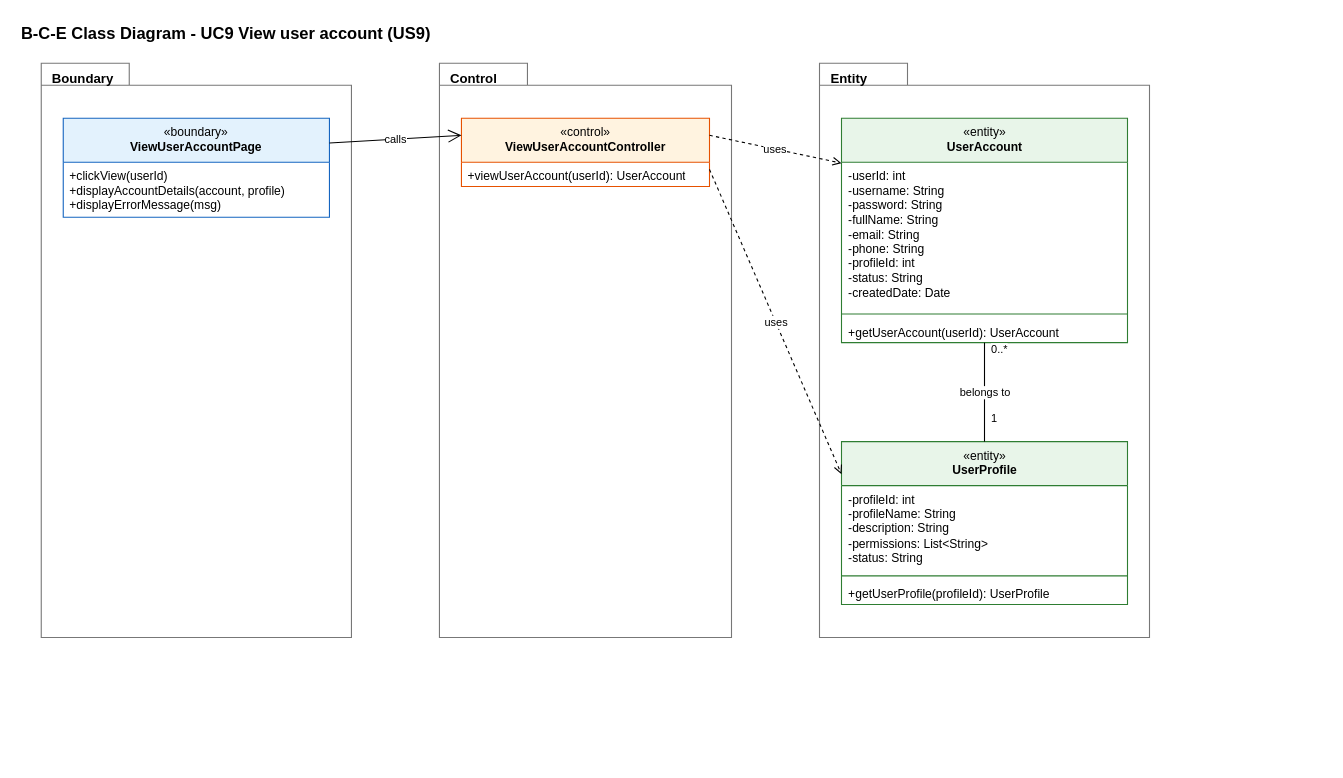
Hanzxc/CSIT314-ARCHSS keeps this draw.io diagram as page "5 BCE Class Diagram" (4 of 5) of Sprint_1/US9 - View User Account/US9 View user account.drawio. Above is the earlier version. Source tidied: cells renumbered, new cells numbered last; positions are measured from the earlier drawing's top-left corner, leaving out a move shared by most shapes. Both pictures are drawn from the tidied source at 110%, with x=0, y=0 at pixel (19, 19).
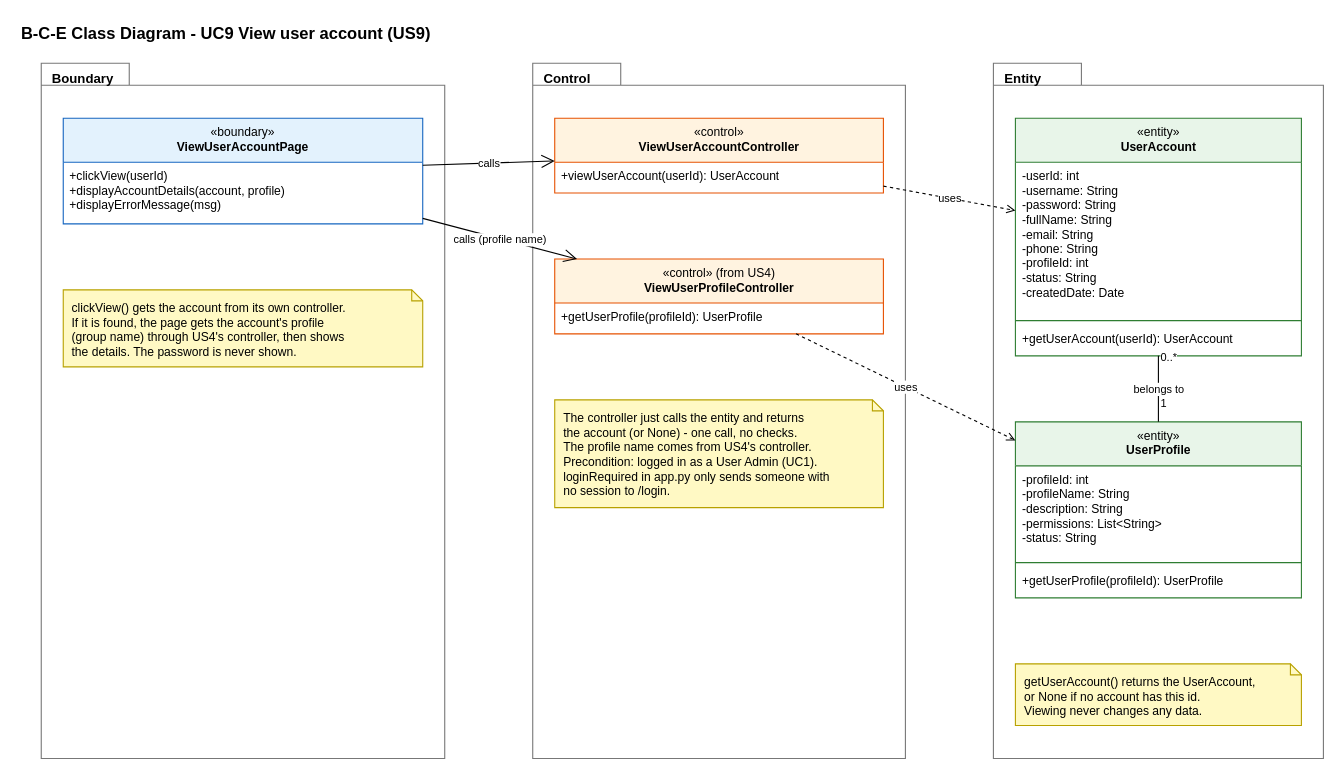
The same page after the edit.

What changed in the source:
```diff
@@
     <mxCell id="2" value="&lt;b&gt;B-C-E Class Diagram - UC9 View user account (US9)&lt;/b&gt;" style="text;html=1;strokeColor=none;fillColor=none;align=left;verticalAlign=middle;whiteSpace=nowrap;fontSize=15;fontColor=#000000;" parent="1" vertex="1">
-      <mxGeometry width="383.5" height="24" as="geometry" />
+      <mxGeometry width="375.5" height="24" as="geometry" />
     </mxCell>
     <mxCell id="3" value="&lt;b&gt;Boundary&lt;/b&gt;" style="shape=folder;tabWidth=80;tabHeight=20;tabPosition=left;html=1;verticalAlign=top;align=left;spacingLeft=8;spacingTop=0;fillColor=none;fontSize=12;strokeColor=#777777;fontColor=#000000;" parent="1" vertex="1">
-      <mxGeometry x="20" y="40" width="282" height="522" as="geometry" />
+      <mxGeometry x="20" y="40" width="366.8" height="632" as="geometry" />
     </mxCell>
     <mxCell id="4" value="&lt;b&gt;Control&lt;/b&gt;" style="shape=folder;tabWidth=80;tabHeight=20;tabPosition=left;html=1;verticalAlign=top;align=left;spacingLeft=8;spacingTop=0;fillColor=none;fontSize=12;strokeColor=#777777;fontColor=#000000;" parent="1" vertex="1">
-      <mxGeometry x="382" y="40" width="265.5" height="522" as="geometry" />
+      <mxGeometry x="466.8" y="40" width="338.8" height="632" as="geometry" />
     </mxCell>
     <mxCell id="5" value="&lt;b&gt;Entity&lt;/b&gt;" style="shape=folder;tabWidth=80;tabHeight=20;tabPosition=left;html=1;verticalAlign=top;align=left;spacingLeft=8;spacingTop=0;fillColor=none;fontSize=12;strokeColor=#777777;fontColor=#000000;" parent="1" vertex="1">
-      <mxGeometry x="727.5" y="40" width="300" height="522" as="geometry" />
+      <mxGeometry x="885.6" y="40" width="300" height="632" as="geometry" />
     </mxCell>
     <mxCell id="6" value="«boundary»&lt;br&gt;&lt;b&gt;ViewUserAccountPage&lt;/b&gt;" style="swimlane;fontStyle=0;align=center;verticalAlign=top;horizontal=1;startSize=40;html=1;whiteSpace=wrap;fontSize=11;fillColor=#E3F2FD;strokeColor=#1565C0;swimlaneFillColor=#FFFFFF;fontColor=#000000;" parent="1" vertex="1">
-      <mxGeometry x="40" y="90" width="242" height="90" as="geometry" />
+      <mxGeometry x="40" y="90" width="326.8" height="96" as="geometry" />
     </mxCell>
     <mxCell id="7" value="+clickView(userId)&lt;br&gt;+displayAccountDetails(account, profile)&lt;br&gt;+displayErrorMessage(msg)" style="text;strokeColor=none;fillColor=none;align=left;verticalAlign=top;spacingLeft=4;spacingRight=4;overflow=hidden;whiteSpace=nowrap;html=1;fontSize=11;fontColor=#000000;" parent="6" vertex="1">
-      <mxGeometry y="40" width="242" height="50" as="geometry" />
+      <mxGeometry y="40" width="326.8" height="56" as="geometry" />
     </mxCell>
+    <mxCell id="24" value="clickView() gets the account from its own controller.&lt;br&gt;If it is found, the page gets the account's profile&lt;br&gt;(group name) through US4's controller, then shows&lt;br&gt;the details. The password is never shown." style="shape=note;whiteSpace=wrap;html=1;size=10;fillColor=#FFF9C4;strokeColor=#B8A100;align=left;verticalAlign=top;spacingLeft=6;spacingRight=4;spacingTop=4;fontSize=11;fontColor=#000000;" parent="1" vertex="1">
+      <mxGeometry x="40" y="246" width="326.8" height="70" as="geometry" />
+    </mxCell>
     <mxCell id="8" value="«control»&lt;br&gt;&lt;b&gt;ViewUserAccountController&lt;/b&gt;" style="swimlane;fontStyle=0;align=center;verticalAlign=top;horizontal=1;startSize=40;html=1;whiteSpace=wrap;fontSize=11;fillColor=#FFF3E0;strokeColor=#E65100;swimlaneFillColor=#FFFFFF;fontColor=#000000;" parent="1" vertex="1">
-      <mxGeometry x="402" y="90" width="225.5" height="62" as="geometry" />
+      <mxGeometry x="486.8" y="90" width="298.8" height="68" as="geometry" />
     </mxCell>
     <mxCell id="9" value="+viewUserAccount(userId): UserAccount" style="text;strokeColor=none;fillColor=none;align=left;verticalAlign=top;spacingLeft=4;spacingRight=4;overflow=hidden;whiteSpace=nowrap;html=1;fontSize=11;fontColor=#000000;" parent="8" vertex="1">
-      <mxGeometry y="40" width="225.5" height="22" as="geometry" />
+      <mxGeometry y="40" width="298.8" height="28" as="geometry" />
     </mxCell>
+    <mxCell id="25" value="«control» (from US4)&lt;br&gt;&lt;b&gt;ViewUserProfileController&lt;/b&gt;" style="swimlane;fontStyle=0;align=center;verticalAlign=top;horizontal=1;startSize=40;html=1;whiteSpace=wrap;fontSize=11;fillColor=#FFF3E0;strokeColor=#E65100;swimlaneFillColor=#FFFFFF;fontColor=#000000;" parent="1" vertex="1">
+      <mxGeometry x="486.8" y="218" width="298.8" height="68" as="geometry" />
+    </mxCell>
+    <mxCell id="26" value="+getUserProfile(profileId): UserProfile" style="text;strokeColor=none;fillColor=none;align=left;verticalAlign=top;spacingLeft=4;spacingRight=4;overflow=hidden;whiteSpace=nowrap;html=1;fontSize=11;fontColor=#000000;" parent="25" vertex="1">
+      <mxGeometry y="40" width="298.8" height="28" as="geometry" />
+    </mxCell>
+    <mxCell id="27" value="The controller just calls the entity and returns&lt;br&gt;the account (or None) - one call, no checks.&lt;br&gt;The profile name comes from US4's controller.&lt;br&gt;Precondition: logged in as a User Admin (UC1).&lt;br&gt;loginRequired in app.py only sends someone with&lt;br&gt;no session to /login." style="shape=note;whiteSpace=wrap;html=1;size=10;fillColor=#FFF9C4;strokeColor=#B8A100;align=left;verticalAlign=top;spacingLeft=6;spacingRight=4;spacingTop=4;fontSize=11;fontColor=#000000;" parent="1" vertex="1">
+      <mxGeometry x="486.8" y="346" width="298.8" height="98" as="geometry" />
+    </mxCell>
     <mxCell id="10" value="«entity»&lt;br&gt;&lt;b&gt;UserAccount&lt;/b&gt;" style="swimlane;fontStyle=0;align=center;verticalAlign=top;horizontal=1;startSize=40;html=1;whiteSpace=wrap;fontSize=11;fillColor=#E8F5E9;strokeColor=#2E7D32;swimlaneFillColor=#FFFFFF;fontColor=#000000;" parent="1" vertex="1">
-      <mxGeometry x="747.5" y="90" width="260" height="204" as="geometry" />
+      <mxGeometry x="905.6" y="90" width="260" height="216" as="geometry" />
     </mxCell>
     <mxCell id="11" value="-userId: int&lt;br&gt;-username: String&lt;br&gt;-password: String&lt;br&gt;-fullName: String&lt;br&gt;-email: String&lt;br&gt;-phone: String&lt;br&gt;-profileId: int&lt;br&gt;-status: String&lt;br&gt;-createdDate: Date" style="text;strokeColor=none;fillColor=none;align=left;verticalAlign=top;spacingLeft=4;spacingRight=4;overflow=hidden;whiteSpace=nowrap;html=1;fontSize=11;fontColor=#000000;" parent="10" vertex="1">
-      <mxGeometry y="40" width="260" height="134" as="geometry" />
+      <mxGeometry y="40" width="260" height="140" as="geometry" />
     </mxCell>
-    <mxCell id="12" style="line;strokeWidth=1;fillColor=none;align=left;verticalAlign=middle;spacingTop=-1;spacingLeft=3;spacingRight=3;labelPosition=right;strokeColor=#2E7D32;fontColor=#000000;" parent="10" vertex="1">
-      <mxGeometry y="174" width="260" height="8" as="geometry" />
-    </mxCell>
+    <mxCell id="28" style="line;strokeWidth=1;fillColor=none;align=left;verticalAlign=middle;spacingTop=-1;spacingLeft=3;spacingRight=3;labelPosition=right;strokeColor=#2E7D32;fontColor=#000000;" parent="10" vertex="1">
+      <mxGeometry y="180" width="260" height="8" as="geometry" />
+    </mxCell>
     <mxCell id="13" value="+getUserAccount(userId): UserAccount" style="text;strokeColor=none;fillColor=none;align=left;verticalAlign=top;spacingLeft=4;spacingRight=4;overflow=hidden;whiteSpace=nowrap;html=1;fontSize=11;fontColor=#000000;" parent="10" vertex="1">
-      <mxGeometry y="182" width="260" height="22" as="geometry" />
+      <mxGeometry y="188" width="260" height="28" as="geometry" />
     </mxCell>
     <mxCell id="14" value="«entity»&lt;br&gt;&lt;b&gt;UserProfile&lt;/b&gt;" style="swimlane;fontStyle=0;align=center;verticalAlign=top;horizontal=1;startSize=40;html=1;whiteSpace=wrap;fontSize=11;fillColor=#E8F5E9;strokeColor=#2E7D32;swimlaneFillColor=#FFFFFF;fontColor=#000000;" parent="1" vertex="1">
-      <mxGeometry x="747.5" y="384" width="260" height="148" as="geometry" />
+      <mxGeometry x="905.6" y="366" width="260" height="160" as="geometry" />
     </mxCell>
     <mxCell id="15" value="-profileId: int&lt;br&gt;-profileName: String&lt;br&gt;-description: String&lt;br&gt;-permissions: List&amp;lt;String&amp;gt;&lt;br&gt;-status: String" style="text;strokeColor=none;fillColor=none;align=left;verticalAlign=top;spacingLeft=4;spacingRight=4;overflow=hidden;whiteSpace=nowrap;html=1;fontSize=11;fontColor=#000000;" parent="14" vertex="1">
-      <mxGeometry y="40" width="260" height="78" as="geometry" />
+      <mxGeometry y="40" width="260" height="84" as="geometry" />
     </mxCell>
-    <mxCell id="16" style="line;strokeWidth=1;fillColor=none;align=left;verticalAlign=middle;spacingTop=-1;spacingLeft=3;spacingRight=3;labelPosition=right;strokeColor=#2E7D32;fontColor=#000000;" parent="14" vertex="1">
-      <mxGeometry y="118" width="260" height="8" as="geometry" />
-    </mxCell>
-    <mxCell id="17" value="+getUserProfile(profileId): UserProfile" style="text;strokeColor=none;fillColor=none;align=left;verticalAlign=top;spacingLeft=4;spacingRight=4;overflow=hidden;whiteSpace=nowrap;html=1;fontSize=11;fontColor=#000000;" parent="14" vertex="1">
-      <mxGeometry y="126" width="260" height="22" as="geometry" />
-    </mxCell>
+    <mxCell id="29" style="line;strokeWidth=1;fillColor=none;align=left;verticalAlign=middle;spacingTop=-1;spacingLeft=3;spacingRight=3;labelPosition=right;strokeColor=#2E7D32;fontColor=#000000;" parent="14" vertex="1">
+      <mxGeometry y="124" width="260" height="8" as="geometry" />
+    </mxCell>
+    <mxCell id="30" value="+getUserProfile(profileId): UserProfile" style="text;strokeColor=none;fillColor=none;align=left;verticalAlign=top;spacingLeft=4;spacingRight=4;overflow=hidden;whiteSpace=nowrap;html=1;fontSize=11;fontColor=#000000;" parent="14" vertex="1">
+      <mxGeometry y="132" width="260" height="28" as="geometry" />
+    </mxCell>
+    <mxCell id="31" value="getUserAccount() returns the UserAccount,&lt;br&gt;or None if no account has this id.&lt;br&gt;Viewing never changes any data." style="shape=note;whiteSpace=wrap;html=1;size=10;fillColor=#FFF9C4;strokeColor=#B8A100;align=left;verticalAlign=top;spacingLeft=6;spacingRight=4;spacingTop=4;fontSize=11;fontColor=#000000;" parent="1" vertex="1">
+      <mxGeometry x="905.6" y="586" width="260" height="56" as="geometry" />
+    </mxCell>
-    <mxCell id="18" value="calls" style="endArrow=open;endFill=0;endSize=10;html=1;rounded=0;fontSize=10;fontColor=#000000;strokeColor=#000000;labelBackgroundColor=#FFFFFF;exitX=1;exitY=0.25;exitDx=0;exitDy=0;entryX=0;entryY=0.25;entryDx=0;entryDy=0;" parent="1" edge="1" source="6" target="8">
+    <mxCell id="18" value="calls" style="endArrow=open;endFill=0;endSize=10;html=1;rounded=0;fontSize=10;fontColor=#000000;strokeColor=#000000;labelBackgroundColor=#FFFFFF;" parent="1" edge="1" source="6" target="8">
       <mxGeometry relative="1" as="geometry" />
     </mxCell>
+    <mxCell id="32" value="calls (profile name)" style="endArrow=open;endFill=0;endSize=10;html=1;rounded=0;fontSize=10;fontColor=#000000;strokeColor=#000000;labelBackgroundColor=#FFFFFF;" parent="1" edge="1" source="6" target="25">
+      <mxGeometry relative="1" as="geometry" />
+    </mxCell>
-    <mxCell id="19" value="uses" style="endArrow=open;endFill=0;dashed=1;html=1;rounded=0;fontSize=10;fontColor=#000000;strokeColor=#000000;labelBackgroundColor=#FFFFFF;exitX=1;exitY=0.25;exitDx=0;exitDy=0;entryX=0;entryY=0.2;entryDx=0;entryDy=0;" parent="1" edge="1" source="8" target="10">
+    <mxCell id="19" value="uses" style="endArrow=open;endFill=0;dashed=1;html=1;rounded=0;fontSize=10;fontColor=#000000;strokeColor=#000000;labelBackgroundColor=#FFFFFF;" parent="1" edge="1" source="8" target="10">
       <mxGeometry relative="1" as="geometry" />
     </mxCell>
-    <mxCell id="20" value="uses" style="endArrow=open;endFill=0;dashed=1;html=1;rounded=0;fontSize=10;fontColor=#000000;strokeColor=#000000;labelBackgroundColor=#FFFFFF;exitX=1;exitY=0.75;exitDx=0;exitDy=0;entryX=0;entryY=0.2;entryDx=0;entryDy=0;" parent="1" edge="1" source="8" target="14">
-      <mxGeometry relative="1" as="geometry" />
-    </mxCell>
+    <mxCell id="33" value="uses" style="endArrow=open;endFill=0;dashed=1;html=1;rounded=0;fontSize=10;fontColor=#000000;strokeColor=#000000;labelBackgroundColor=#FFFFFF;" parent="1" edge="1" source="25" target="14">
+      <mxGeometry relative="1" as="geometry" />
+    </mxCell>
-    <mxCell id="21" value="belongs to" style="endArrow=none;html=1;rounded=0;fontSize=10;fontColor=#000000;strokeColor=#000000;labelBackgroundColor=#FFFFFF;exitX=0.5;exitY=1;exitDx=0;exitDy=0;entryX=0.5;entryY=0;entryDx=0;entryDy=0;" parent="1" edge="1" source="10" target="14">
+    <mxCell id="21" value="belongs to" style="endArrow=none;html=1;rounded=0;fontSize=10;fontColor=#000000;strokeColor=#000000;labelBackgroundColor=#FFFFFF;" parent="1" edge="1" source="10" target="14">
       <mxGeometry relative="1" as="geometry" />
     </mxCell>
     <mxCell id="22" value="0..*" style="edgeLabel;html=1;align=left;verticalAlign=bottom;fontSize=10;fontColor=#000000;labelBackgroundColor=#FFFFFF;" parent="21" vertex="1">
-      <mxGeometry x="-0.7" relative="1" as="geometry">
-        <mxPoint x="4" as="offset" />
-      </mxGeometry>
+      <mxGeometry x="-0.7" relative="1" as="geometry" />
     </mxCell>
     <mxCell id="23" value="1" style="edgeLabel;html=1;align=left;verticalAlign=bottom;fontSize=10;fontColor=#000000;labelBackgroundColor=#FFFFFF;" parent="21" vertex="1">
-      <mxGeometry x="0.7" relative="1" as="geometry">
-        <mxPoint x="4" as="offset" />
-      </mxGeometry>
+      <mxGeometry x="0.7" relative="1" as="geometry" />
     </mxCell>
```
